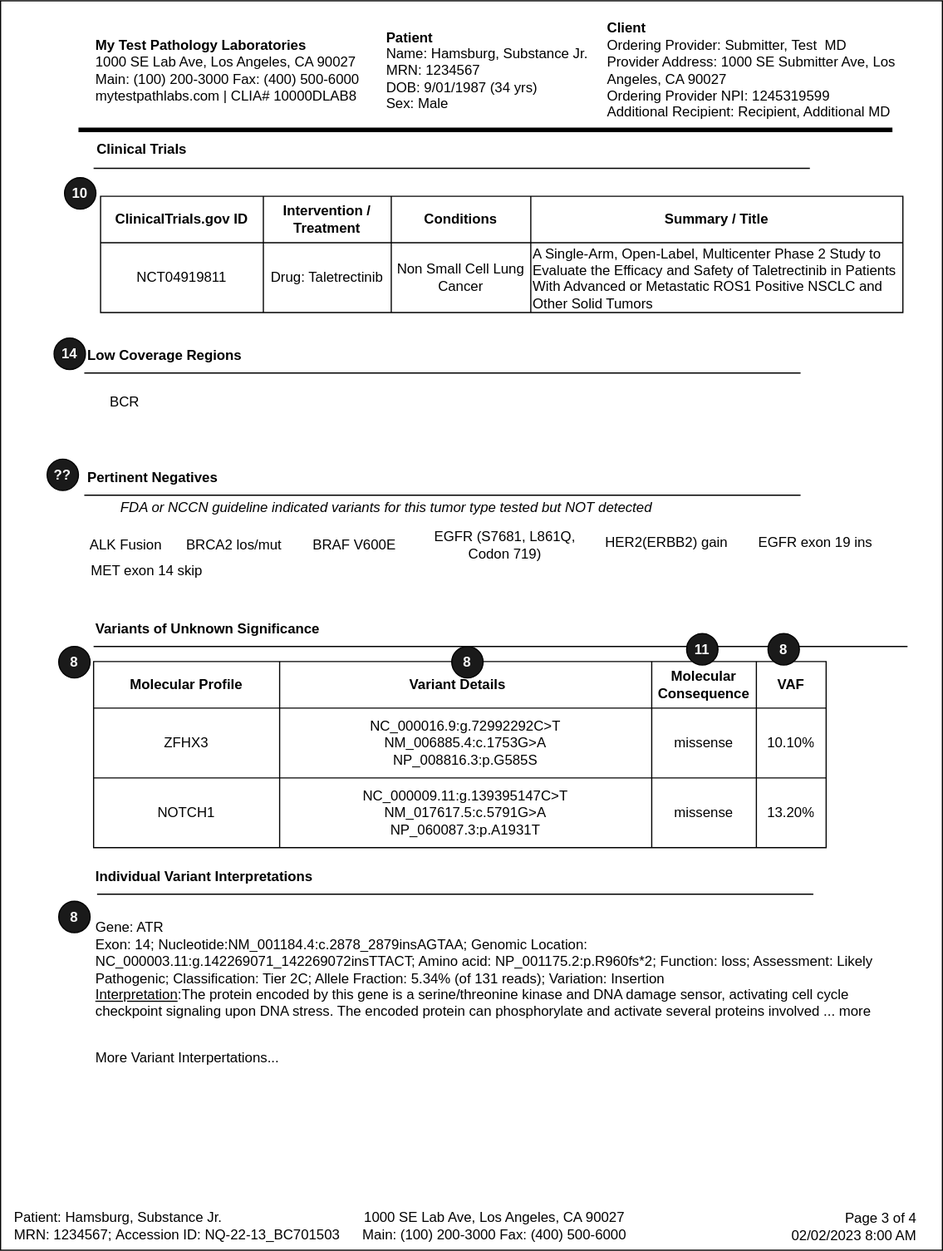
The draw.io diagram input/images/Report_Page3.svg in HL7/genomics-reporting, before a commit. Source tidied: cells renumbered, new cells last; positions are measured from the earlier drawing's top-left corner, leaving out a move shared by most shapes.
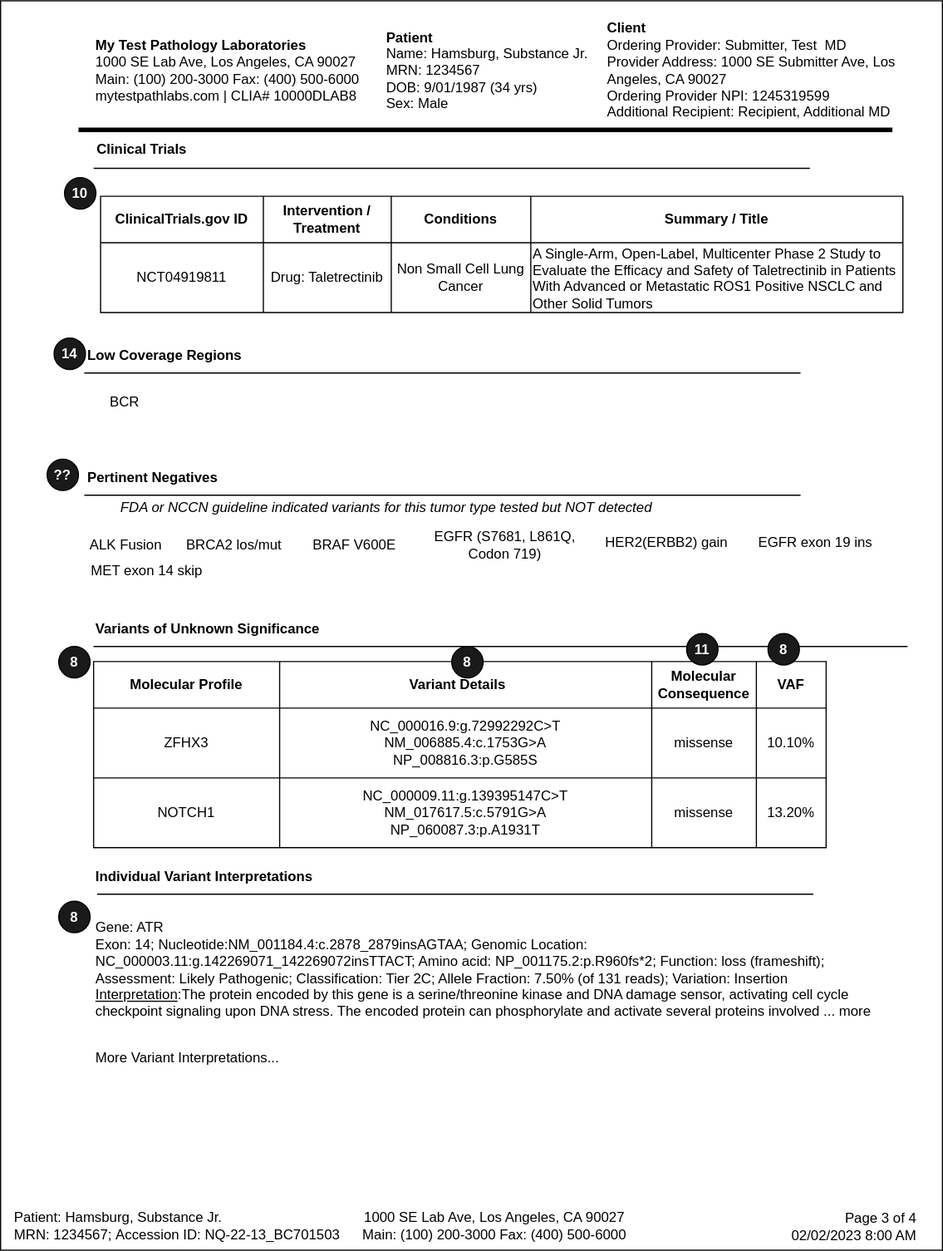
After the commit.

Change to the diagram source:
```diff
@@ -86,10 +86,10 @@
     <mxCell id="27" value="Individual Variant Interpretations" style="text;html=1;strokeColor=none;fillColor=none;align=left;verticalAlign=middle;whiteSpace=wrap;rounded=0;fontStyle=1;" parent="1" vertex="1">
       <mxGeometry x="80" y="738" width="315" height="30" as="geometry" />
     </mxCell>
-    <mxCell id="28" value="Gene: ATR&lt;br&gt;Exon: 14; Nucleotide:NM_001184.4:c.2878_2879insAGTAA; Genomic Location: NC_000003.11:g.142269071_142269072insTTACT; Amino acid: NP_001175.2:p.R960fs*2; Function: loss; Assessment: Likely Pathogenic; Classification: Tier 2C; Allele Fraction: 5.34% (of 131 reads); Variation: Insertion&lt;br&gt;&lt;u&gt;Interpretation&lt;/u&gt;:The protein encoded by this gene is a serine/threonine kinase and DNA damage sensor, activating cell cycle checkpoint signaling upon DNA stress. The encoded protein can phosphorylate and activate several proteins involved ... more" style="text;html=1;strokeColor=none;fillColor=none;align=left;verticalAlign=middle;whiteSpace=wrap;rounded=0;" parent="1" vertex="1">
+    <mxCell id="28" value="Gene: ATR&lt;br&gt;Exon: 14; Nucleotide:NM_001184.4:c.2878_2879insAGTAA; Genomic Location: NC_000003.11:g.142269071_142269072insTTACT; Amino acid: NP_001175.2:p.R960fs*2; Function: loss (frameshift); Assessment: Likely Pathogenic; Classification: Tier 2C; Allele Fraction: 7.50% (of 131 reads); Variation: Insertion&lt;br&gt;&lt;u&gt;Interpretation&lt;/u&gt;:The protein encoded by this gene is a serine/threonine kinase and DNA damage sensor, activating cell cycle checkpoint signaling upon DNA stress. The encoded protein can phosphorylate and activate several proteins involved ... more" style="text;html=1;strokeColor=none;fillColor=none;align=left;verticalAlign=middle;whiteSpace=wrap;rounded=0;" parent="1" vertex="1">
       <mxGeometry x="80" y="783" width="680" height="100" as="geometry" />
     </mxCell>
-    <mxCell id="29" value="More Variant Interpertations...&amp;nbsp;" style="text;html=1;strokeColor=none;fillColor=none;align=left;verticalAlign=middle;whiteSpace=wrap;rounded=0;" parent="1" vertex="1">
+    <mxCell id="29" value="More Variant Interpretations...&amp;nbsp;" style="text;html=1;strokeColor=none;fillColor=none;align=left;verticalAlign=middle;whiteSpace=wrap;rounded=0;" parent="1" vertex="1">
       <mxGeometry x="80" y="894" width="700" height="30" as="geometry" />
     </mxCell>
     <mxCell id="30" value="Patient: Hamsburg, Substance Jr.&lt;br style=&quot;border-color: var(--border-color);&quot;&gt;MRN: 1234567;&amp;nbsp;Accession ID:&amp;nbsp;NQ-22-13_BC701503" style="text;html=1;strokeColor=none;fillColor=none;align=left;verticalAlign=middle;whiteSpace=wrap;rounded=0;" parent="1" vertex="1">
```
